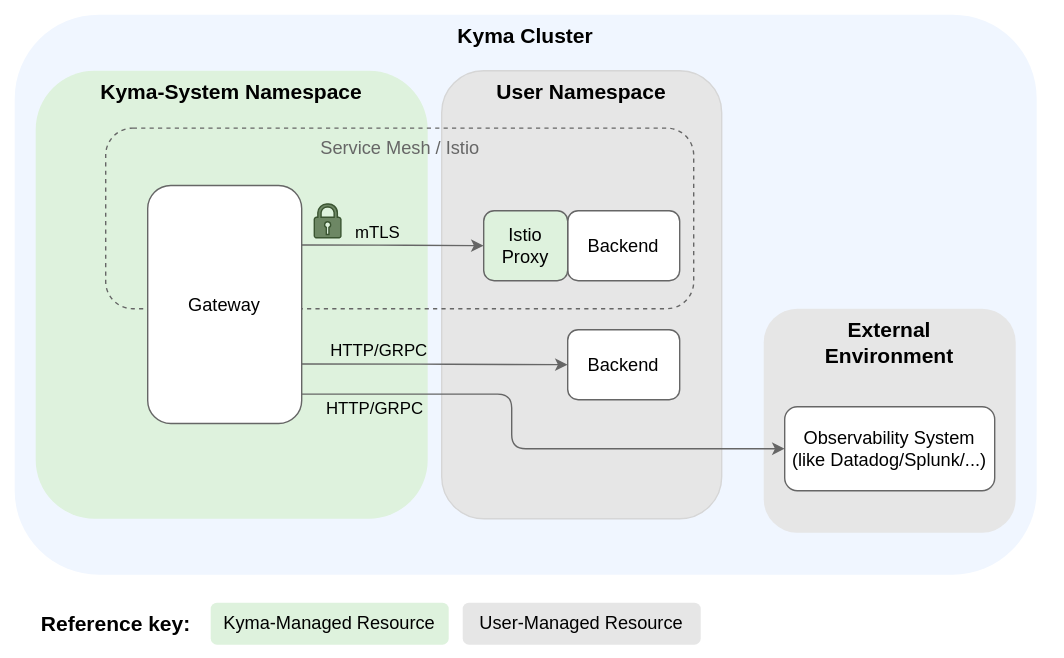
kyma-project/telemetry-manager keeps this draw.io diagram as docs/user/assets/istio-output.drawio.svg. Above is the earlier version. Source tidied: cells renumbered, new cells last; positions are measured from the earlier drawing's top-left corner, leaving out a move shared by most shapes. Its diagram source:
```xml
<mxGraphModel>
  <root>
    <mxCell id="0" />
    <mxCell id="1" parent="0" />
    <mxCell id="2" style="rounded=0;whiteSpace=wrap;html=1;fillColor=#FFFFFF;strokeColor=none;" parent="1" vertex="1">
      <mxGeometry width="760" height="470" as="geometry" />
    </mxCell>
    <mxCell id="3" value="&lt;b style=&quot;color: rgb(0, 0, 0); font-size: 15px;&quot;&gt;&lt;font style=&quot;font-size: 15px;&quot;&gt;Kyma Cluster&lt;br style=&quot;font-size: 15px;&quot;&gt;&lt;/font&gt;&lt;/b&gt;" style="rounded=1;whiteSpace=wrap;html=1;fillColor=#F0F6FF;strokeColor=none;fontColor=#333333;verticalAlign=top;fontSize=15;" parent="1" vertex="1">
      <mxGeometry x="10" y="10" width="730" height="400" as="geometry" />
    </mxCell>
    <mxCell id="4" value="&lt;b style=&quot;color: rgb(0, 0, 0); font-size: 15px;&quot;&gt;Kyma-System Namespace&lt;br style=&quot;font-size: 15px;&quot;&gt;&lt;/b&gt;" style="rounded=1;whiteSpace=wrap;html=1;dashed=1;fillColor=#DEF2DD;strokeColor=none;verticalAlign=top;fontSize=15;" parent="1" vertex="1">
      <mxGeometry x="25" y="50" width="280" height="320" as="geometry" />
    </mxCell>
    <mxCell id="5" value="&lt;b style=&quot;border-color: var(--border-color); font-size: 15px;&quot;&gt;User Namespace&lt;/b&gt;" style="rounded=1;whiteSpace=wrap;html=1;fillColor=#E6E6E6;strokeColor=#d6d6d6;verticalAlign=top;fontSize=15;" parent="1" vertex="1">
      <mxGeometry x="315" y="50" width="200" height="320" as="geometry" />
    </mxCell>
    <mxCell id="6" value="&lt;font color=&quot;#666666&quot; style=&quot;font-size: 13px;&quot;&gt;Service Mesh / Istio&lt;br style=&quot;font-size: 13px;&quot;&gt;&lt;/font&gt;" style="html=1;fillColor=none;strokeColor=#666666;rounded=1;dashed=1;verticalAlign=top;fontSize=13;" parent="1" vertex="1">
      <mxGeometry x="75" y="91" width="420" height="129" as="geometry" />
    </mxCell>
    <mxCell id="7" value="Gateway" style="rounded=1;whiteSpace=wrap;html=1;fontSize=13;strokeColor=#666666;" parent="1" vertex="1">
      <mxGeometry x="105" y="132" width="110" height="170" as="geometry" />
    </mxCell>
    <mxCell id="8" value="&lt;font style=&quot;font-size: 15px;&quot;&gt;&lt;b&gt;Reference key:&lt;/b&gt;&lt;/font&gt;" style="text;html=1;align=center;verticalAlign=middle;strokeColor=none;fillColor=default;" parent="1" vertex="1">
      <mxGeometry x="17" y="430" width="130" height="30" as="geometry" />
    </mxCell>
    <mxCell id="9" value="&lt;span style=&quot;color: rgb(0, 0, 0); font-family: Helvetica; font-size: 13px; font-style: normal; font-variant-ligatures: normal; font-variant-caps: normal; font-weight: 400; letter-spacing: normal; orphans: 2; text-indent: 0px; text-transform: none; widows: 2; word-spacing: 0px; -webkit-text-stroke-width: 0px; text-decoration-thickness: initial; text-decoration-style: initial; text-decoration-color: initial; float: none; display: inline !important;&quot;&gt;User-Managed Resource&lt;/span&gt;" style="text;whiteSpace=wrap;html=1;strokeColor=none;rounded=1;fillColor=#e6e6e6;align=center;fontSize=13;" parent="1" vertex="1">
      <mxGeometry x="330" y="430" width="170" height="30" as="geometry" />
    </mxCell>
    <mxCell id="10" value="&lt;font style=&quot;font-size: 13px;&quot;&gt;Backend&lt;/font&gt;" style="rounded=1;whiteSpace=wrap;html=1;fillColor=#FFFFFF;strokeColor=#666666;fontColor=#000000;" parent="1" vertex="1">
      <mxGeometry x="405" y="150" width="80" height="50" as="geometry" />
    </mxCell>
    <mxCell id="11" value="&lt;font style=&quot;font-size: 13px;&quot;&gt;Backend&lt;/font&gt;" style="rounded=1;whiteSpace=wrap;html=1;fillColor=#FFFFFF;strokeColor=#666666;fontColor=#000000;fontSize=13;" parent="1" vertex="1">
      <mxGeometry x="405" y="235" width="80" height="50" as="geometry" />
    </mxCell>
    <mxCell id="12" style="edgeStyle=orthogonalEdgeStyle;rounded=1;jettySize=auto;html=1;entryX=0;entryY=0.5;entryDx=0;entryDy=0;strokeColor=#666666;exitX=1;exitY=0.75;exitDx=0;exitDy=0;" parent="1" edge="1" source="7" target="11">
      <mxGeometry relative="1" as="geometry" />
    </mxCell>
    <mxCell id="13" value="HTTP/GRPC" style="edgeLabel;html=1;align=center;verticalAlign=middle;labelBackgroundColor=none;fontSize=12;" parent="12" vertex="1">
      <mxGeometry x="-0.39" y="-4" relative="1" as="geometry">
        <mxPoint x="-4" y="-15" as="offset" />
      </mxGeometry>
    </mxCell>
    <mxCell id="14" style="edgeStyle=orthogonalEdgeStyle;rounded=1;jettySize=auto;html=1;entryX=0;entryY=0.5;entryDx=0;entryDy=0;strokeColor=#666666;exitX=1;exitY=0.25;exitDx=0;exitDy=0;" parent="1" edge="1" source="7" target="16">
      <mxGeometry relative="1" as="geometry" />
    </mxCell>
    <mxCell id="15" value="mTLS" style="edgeLabel;html=1;align=center;verticalAlign=middle;labelBackgroundColor=none;fontSize=12;" parent="14" vertex="1">
      <mxGeometry x="-0.39" y="-4" relative="1" as="geometry">
        <mxPoint x="13" y="-14" as="offset" />
      </mxGeometry>
    </mxCell>
    <mxCell id="16" value="&lt;font style=&quot;font-size: 13px;&quot;&gt;&amp;nbsp;Istio&lt;br style=&quot;font-size: 13px;&quot;&gt;&amp;nbsp;Proxy&lt;/font&gt;" style="rounded=1;whiteSpace=wrap;html=1;fontSize=13;fillColor=#def2dd;strokeColor=#666666;fontColor=#000000;align=center;" parent="1" vertex="1">
      <mxGeometry x="345" y="150" width="60" height="50" as="geometry" />
    </mxCell>
    <mxCell id="17" style="sketch=0;shadow=0;dashed=0;html=1;strokeColor=#3A5431;labelPosition=center;verticalLabelPosition=bottom;verticalAlign=top;align=center;fillColor=#6d8764;shape=mxgraph.mscae.enterprise.lock;fontColor=#ffffff;" parent="1" vertex="1">
      <mxGeometry x="224" y="145" width="19" height="24.4" as="geometry" />
    </mxCell>
    <mxCell id="18" value="&lt;b style=&quot;color: rgb(0, 0, 0); font-size: 15px;&quot;&gt;&lt;font style=&quot;font-size: 15px;&quot;&gt;External&lt;br style=&quot;font-size: 15px;&quot;&gt;Environment&lt;br style=&quot;font-size: 15px;&quot;&gt;&lt;br style=&quot;font-size: 15px;&quot;&gt;&lt;br style=&quot;font-size: 15px;&quot;&gt;&lt;br style=&quot;font-size: 15px;&quot;&gt;&lt;br style=&quot;font-size: 15px;&quot;&gt;&lt;/font&gt;&lt;/b&gt;" style="rounded=1;whiteSpace=wrap;html=1;fillColor=#e6e6e6;strokeColor=none;fontColor=#333333;fontSize=15;verticalAlign=top;" parent="1" vertex="1">
      <mxGeometry x="545" y="220" width="180" height="160" as="geometry" />
    </mxCell>
    <mxCell id="19" value="Observability System&lt;br style=&quot;font-size: 13px;&quot;&gt;(like Datadog/Splunk/...)" style="rounded=1;whiteSpace=wrap;html=1;fontColor=#000000;fillColor=#FFFFFF;strokeColor=#666666;fontSize=13;" parent="1" vertex="1">
      <mxGeometry x="560" y="290" width="150" height="60" as="geometry" />
    </mxCell>
    <mxCell id="20" style="edgeStyle=orthogonalEdgeStyle;rounded=1;jettySize=auto;html=1;strokeColor=#666666;entryX=0;entryY=0.5;entryDx=0;entryDy=0;" parent="1" edge="1" target="19">
      <mxGeometry relative="1" as="geometry">
        <mxPoint x="215" y="281" as="sourcePoint" />
        <Array as="points">
          <mxPoint x="365" y="281" />
          <mxPoint x="365" y="320" />
        </Array>
      </mxGeometry>
    </mxCell>
    <mxCell id="21" value="&lt;span style=&quot;font-size: 12px;&quot;&gt;HTTP/GRPC&lt;/span&gt;" style="edgeLabel;html=1;align=center;verticalAlign=middle;labelBackgroundColor=none;fontSize=12;" parent="20" vertex="1">
      <mxGeometry x="-0.1" y="2" relative="1" as="geometry">
        <mxPoint x="-101" y="-14" as="offset" />
      </mxGeometry>
    </mxCell>
    <mxCell id="22" value="&lt;span style=&quot;color: rgb(0, 0, 0); font-family: Helvetica; font-size: 13px; font-style: normal; font-variant-ligatures: normal; font-variant-caps: normal; font-weight: 400; letter-spacing: normal; orphans: 2; text-indent: 0px; text-transform: none; widows: 2; word-spacing: 0px; -webkit-text-stroke-width: 0px; text-decoration-thickness: initial; text-decoration-style: initial; text-decoration-color: initial; float: none; display: inline !important;&quot;&gt;Kyma-Managed Resource&lt;/span&gt;" style="text;whiteSpace=wrap;html=1;strokeColor=none;rounded=1;fillColor=#def2dd;align=center;" parent="1" vertex="1">
      <mxGeometry x="150" y="430" width="170" height="30" as="geometry" />
    </mxCell>
  </root>
</mxGraphModel>
```
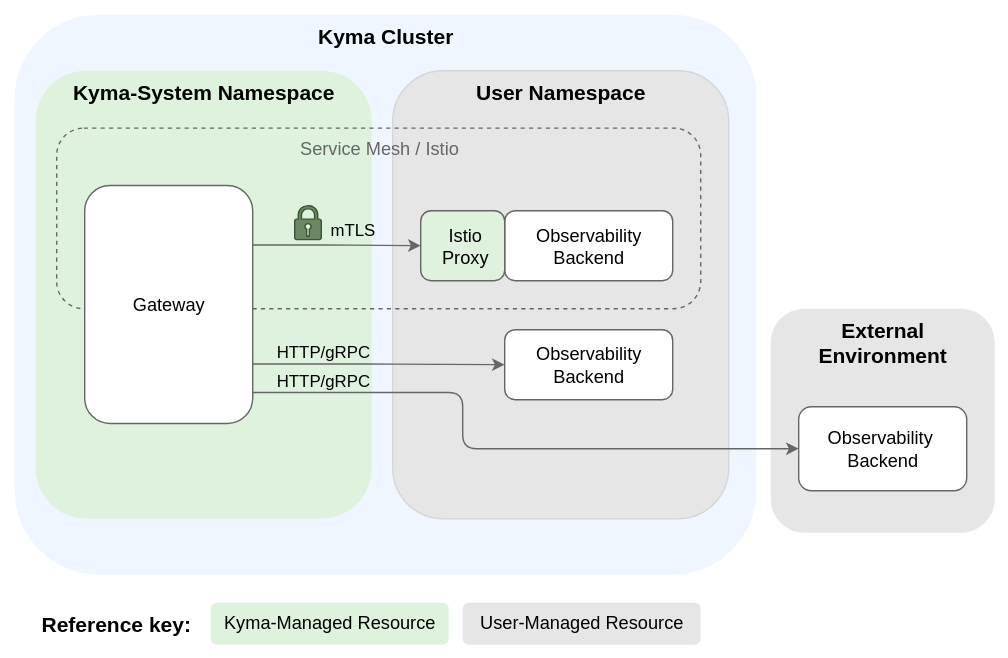
After the change.

Diff of the diagram source:
```diff
@@ -3,22 +3,22 @@
     <mxCell id="0" />
     <mxCell id="1" parent="0" />
     <mxCell id="2" style="rounded=0;whiteSpace=wrap;html=1;fillColor=#FFFFFF;strokeColor=none;" parent="1" vertex="1">
-      <mxGeometry width="760" height="470" as="geometry" />
+      <mxGeometry width="720" height="470" as="geometry" />
     </mxCell>
     <mxCell id="3" value="&lt;b style=&quot;color: rgb(0, 0, 0); font-size: 15px;&quot;&gt;&lt;font style=&quot;font-size: 15px;&quot;&gt;Kyma Cluster&lt;br style=&quot;font-size: 15px;&quot;&gt;&lt;/font&gt;&lt;/b&gt;" style="rounded=1;whiteSpace=wrap;html=1;fillColor=#F0F6FF;strokeColor=none;fontColor=#333333;verticalAlign=top;fontSize=15;" parent="1" vertex="1">
-      <mxGeometry x="10" y="10" width="730" height="400" as="geometry" />
+      <mxGeometry x="10" y="10" width="530" height="400" as="geometry" />
     </mxCell>
     <mxCell id="4" value="&lt;b style=&quot;color: rgb(0, 0, 0); font-size: 15px;&quot;&gt;Kyma-System Namespace&lt;br style=&quot;font-size: 15px;&quot;&gt;&lt;/b&gt;" style="rounded=1;whiteSpace=wrap;html=1;dashed=1;fillColor=#DEF2DD;strokeColor=none;verticalAlign=top;fontSize=15;" parent="1" vertex="1">
-      <mxGeometry x="25" y="50" width="280" height="320" as="geometry" />
+      <mxGeometry x="25" y="50" width="240" height="320" as="geometry" />
     </mxCell>
     <mxCell id="5" value="&lt;b style=&quot;border-color: var(--border-color); font-size: 15px;&quot;&gt;User Namespace&lt;/b&gt;" style="rounded=1;whiteSpace=wrap;html=1;fillColor=#E6E6E6;strokeColor=#d6d6d6;verticalAlign=top;fontSize=15;" parent="1" vertex="1">
-      <mxGeometry x="315" y="50" width="200" height="320" as="geometry" />
+      <mxGeometry x="280" y="50" width="240" height="320" as="geometry" />
     </mxCell>
     <mxCell id="6" value="&lt;font color=&quot;#666666&quot; style=&quot;font-size: 13px;&quot;&gt;Service Mesh / Istio&lt;br style=&quot;font-size: 13px;&quot;&gt;&lt;/font&gt;" style="html=1;fillColor=none;strokeColor=#666666;rounded=1;dashed=1;verticalAlign=top;fontSize=13;" parent="1" vertex="1">
-      <mxGeometry x="75" y="91" width="420" height="129" as="geometry" />
+      <mxGeometry x="40" y="91" width="460" height="129" as="geometry" />
     </mxCell>
     <mxCell id="7" value="Gateway" style="rounded=1;whiteSpace=wrap;html=1;fontSize=13;strokeColor=#666666;" parent="1" vertex="1">
-      <mxGeometry x="105" y="132" width="110" height="170" as="geometry" />
+      <mxGeometry x="60" y="132" width="120" height="170" as="geometry" />
     </mxCell>
     <mxCell id="8" value="&lt;font style=&quot;font-size: 15px;&quot;&gt;&lt;b&gt;Reference key:&lt;/b&gt;&lt;/font&gt;" style="text;html=1;align=center;verticalAlign=middle;strokeColor=none;fillColor=default;" parent="1" vertex="1">
       <mxGeometry x="17" y="430" width="130" height="30" as="geometry" />
@@ -26,18 +26,18 @@
     <mxCell id="9" value="&lt;span style=&quot;color: rgb(0, 0, 0); font-family: Helvetica; font-size: 13px; font-style: normal; font-variant-ligatures: normal; font-variant-caps: normal; font-weight: 400; letter-spacing: normal; orphans: 2; text-indent: 0px; text-transform: none; widows: 2; word-spacing: 0px; -webkit-text-stroke-width: 0px; text-decoration-thickness: initial; text-decoration-style: initial; text-decoration-color: initial; float: none; display: inline !important;&quot;&gt;User-Managed Resource&lt;/span&gt;" style="text;whiteSpace=wrap;html=1;strokeColor=none;rounded=1;fillColor=#e6e6e6;align=center;fontSize=13;" parent="1" vertex="1">
       <mxGeometry x="330" y="430" width="170" height="30" as="geometry" />
     </mxCell>
-    <mxCell id="10" value="&lt;font style=&quot;font-size: 13px;&quot;&gt;Backend&lt;/font&gt;" style="rounded=1;whiteSpace=wrap;html=1;fillColor=#FFFFFF;strokeColor=#666666;fontColor=#000000;" parent="1" vertex="1">
-      <mxGeometry x="405" y="150" width="80" height="50" as="geometry" />
+    <mxCell id="10" value="&lt;font style=&quot;font-size: 13px;&quot;&gt;Observability&lt;/font&gt;&lt;div&gt;&lt;font style=&quot;font-size: 13px;&quot;&gt;Backend&lt;/font&gt;&lt;/div&gt;" style="rounded=1;whiteSpace=wrap;html=1;fillColor=#FFFFFF;strokeColor=#666666;fontColor=#000000;" parent="1" vertex="1">
+      <mxGeometry x="360" y="150" width="120" height="50" as="geometry" />
     </mxCell>
-    <mxCell id="11" value="&lt;font style=&quot;font-size: 13px;&quot;&gt;Backend&lt;/font&gt;" style="rounded=1;whiteSpace=wrap;html=1;fillColor=#FFFFFF;strokeColor=#666666;fontColor=#000000;fontSize=13;" parent="1" vertex="1">
-      <mxGeometry x="405" y="235" width="80" height="50" as="geometry" />
+    <mxCell id="11" value="&lt;font style=&quot;font-size: 13px;&quot;&gt;Observability&lt;/font&gt;&lt;div&gt;&lt;font style=&quot;font-size: 13px;&quot;&gt;Backend&lt;/font&gt;&lt;/div&gt;" style="rounded=1;whiteSpace=wrap;html=1;fillColor=#FFFFFF;strokeColor=#666666;fontColor=#000000;fontSize=13;" parent="1" vertex="1">
+      <mxGeometry x="360" y="235" width="120" height="50" as="geometry" />
     </mxCell>
     <mxCell id="12" style="edgeStyle=orthogonalEdgeStyle;rounded=1;jettySize=auto;html=1;entryX=0;entryY=0.5;entryDx=0;entryDy=0;strokeColor=#666666;exitX=1;exitY=0.75;exitDx=0;exitDy=0;" parent="1" edge="1" source="7" target="11">
       <mxGeometry relative="1" as="geometry" />
     </mxCell>
-    <mxCell id="13" value="HTTP/GRPC" style="edgeLabel;html=1;align=center;verticalAlign=middle;labelBackgroundColor=none;fontSize=12;" parent="12" vertex="1">
+    <mxCell id="13" value="HTTP/gRPC" style="edgeLabel;html=1;align=center;verticalAlign=middle;labelBackgroundColor=none;fontSize=12;" parent="12" vertex="1">
       <mxGeometry x="-0.39" y="-4" relative="1" as="geometry">
-        <mxPoint x="-4" y="-15" as="offset" />
+        <mxPoint x="-6" y="-13" as="offset" />
       </mxGeometry>
     </mxCell>
     <mxCell id="14" style="edgeStyle=orthogonalEdgeStyle;rounded=1;jettySize=auto;html=1;entryX=0;entryY=0.5;entryDx=0;entryDy=0;strokeColor=#666666;exitX=1;exitY=0.25;exitDx=0;exitDy=0;" parent="1" edge="1" source="7" target="16">
@@ -45,33 +45,32 @@
     </mxCell>
     <mxCell id="15" value="mTLS" style="edgeLabel;html=1;align=center;verticalAlign=middle;labelBackgroundColor=none;fontSize=12;" parent="14" vertex="1">
       <mxGeometry x="-0.39" y="-4" relative="1" as="geometry">
-        <mxPoint x="13" y="-14" as="offset" />
+        <mxPoint x="33" y="-15" as="offset" />
       </mxGeometry>
     </mxCell>
     <mxCell id="16" value="&lt;font style=&quot;font-size: 13px;&quot;&gt;&amp;nbsp;Istio&lt;br style=&quot;font-size: 13px;&quot;&gt;&amp;nbsp;Proxy&lt;/font&gt;" style="rounded=1;whiteSpace=wrap;html=1;fontSize=13;fillColor=#def2dd;strokeColor=#666666;fontColor=#000000;align=center;" parent="1" vertex="1">
-      <mxGeometry x="345" y="150" width="60" height="50" as="geometry" />
+      <mxGeometry x="300" y="150" width="60" height="50" as="geometry" />
     </mxCell>
     <mxCell id="17" style="sketch=0;shadow=0;dashed=0;html=1;strokeColor=#3A5431;labelPosition=center;verticalLabelPosition=bottom;verticalAlign=top;align=center;fillColor=#6d8764;shape=mxgraph.mscae.enterprise.lock;fontColor=#ffffff;" parent="1" vertex="1">
-      <mxGeometry x="224" y="145" width="19" height="24.4" as="geometry" />
+      <mxGeometry x="210" y="146.3" width="19" height="24.4" as="geometry" />
     </mxCell>
-    <mxCell id="18" value="&lt;b style=&quot;color: rgb(0, 0, 0); font-size: 15px;&quot;&gt;&lt;font style=&quot;font-size: 15px;&quot;&gt;External&lt;br style=&quot;font-size: 15px;&quot;&gt;Environment&lt;br style=&quot;font-size: 15px;&quot;&gt;&lt;br style=&quot;font-size: 15px;&quot;&gt;&lt;br style=&quot;font-size: 15px;&quot;&gt;&lt;br style=&quot;font-size: 15px;&quot;&gt;&lt;br style=&quot;font-size: 15px;&quot;&gt;&lt;/font&gt;&lt;/b&gt;" style="rounded=1;whiteSpace=wrap;html=1;fillColor=#e6e6e6;strokeColor=none;fontColor=#333333;fontSize=15;verticalAlign=top;" parent="1" vertex="1">
-      <mxGeometry x="545" y="220" width="180" height="160" as="geometry" />
+    <mxCell id="18" value="&lt;b style=&quot;color: rgb(0, 0, 0); font-size: 15px;&quot;&gt;&lt;font style=&quot;font-size: 15px;&quot;&gt;External&lt;br style=&quot;font-size: 15px;&quot;&gt;Environment&lt;br style=&quot;font-size: 15px;&quot;&gt;&lt;/font&gt;&lt;/b&gt;" style="rounded=1;whiteSpace=wrap;html=1;fillColor=#e6e6e6;strokeColor=none;fontColor=#333333;fontSize=15;verticalAlign=top;" parent="1" vertex="1">
+      <mxGeometry x="550" y="220" width="160" height="160" as="geometry" />
     </mxCell>
-    <mxCell id="19" value="Observability System&lt;br style=&quot;font-size: 13px;&quot;&gt;(like Datadog/Splunk/...)" style="rounded=1;whiteSpace=wrap;html=1;fontColor=#000000;fillColor=#FFFFFF;strokeColor=#666666;fontSize=13;" parent="1" vertex="1">
-      <mxGeometry x="560" y="290" width="150" height="60" as="geometry" />
+    <mxCell id="19" value="Observability&amp;nbsp;&lt;div&gt;Backend&lt;/div&gt;" style="rounded=1;whiteSpace=wrap;html=1;fontColor=#000000;fillColor=#FFFFFF;strokeColor=#666666;fontSize=13;" parent="1" vertex="1">
+      <mxGeometry x="570" y="290" width="120" height="60" as="geometry" />
     </mxCell>
-    <mxCell id="20" style="edgeStyle=orthogonalEdgeStyle;rounded=1;jettySize=auto;html=1;strokeColor=#666666;entryX=0;entryY=0.5;entryDx=0;entryDy=0;" parent="1" edge="1" target="19">
+    <mxCell id="20" style="edgeStyle=orthogonalEdgeStyle;rounded=1;jettySize=auto;html=1;strokeColor=#666666;entryX=0;entryY=0.5;entryDx=0;entryDy=0;exitX=1.002;exitY=0.87;exitDx=0;exitDy=0;exitPerimeter=0;" parent="1" edge="1" source="7" target="19">
       <mxGeometry relative="1" as="geometry">
-        <mxPoint x="215" y="281" as="sourcePoint" />
         <Array as="points">
-          <mxPoint x="365" y="281" />
-          <mxPoint x="365" y="320" />
+          <mxPoint x="330" y="280" />
+          <mxPoint x="330" y="320" />
         </Array>
       </mxGeometry>
     </mxCell>
-    <mxCell id="21" value="&lt;span style=&quot;font-size: 12px;&quot;&gt;HTTP/GRPC&lt;/span&gt;" style="edgeLabel;html=1;align=center;verticalAlign=middle;labelBackgroundColor=none;fontSize=12;" parent="20" vertex="1">
+    <mxCell id="21" value="&lt;span style=&quot;font-size: 12px;&quot;&gt;HTTP/gRPC&lt;/span&gt;" style="edgeLabel;html=1;align=center;verticalAlign=middle;labelBackgroundColor=none;fontSize=12;" parent="20" vertex="1">
       <mxGeometry x="-0.1" y="2" relative="1" as="geometry">
-        <mxPoint x="-101" y="-14" as="offset" />
+        <mxPoint x="-105" y="-47" as="offset" />
       </mxGeometry>
     </mxCell>
     <mxCell id="22" value="&lt;span style=&quot;color: rgb(0, 0, 0); font-family: Helvetica; font-size: 13px; font-style: normal; font-variant-ligatures: normal; font-variant-caps: normal; font-weight: 400; letter-spacing: normal; orphans: 2; text-indent: 0px; text-transform: none; widows: 2; word-spacing: 0px; -webkit-text-stroke-width: 0px; text-decoration-thickness: initial; text-decoration-style: initial; text-decoration-color: initial; float: none; display: inline !important;&quot;&gt;Kyma-Managed Resource&lt;/span&gt;" style="text;whiteSpace=wrap;html=1;strokeColor=none;rounded=1;fillColor=#def2dd;align=center;" parent="1" vertex="1">
```
